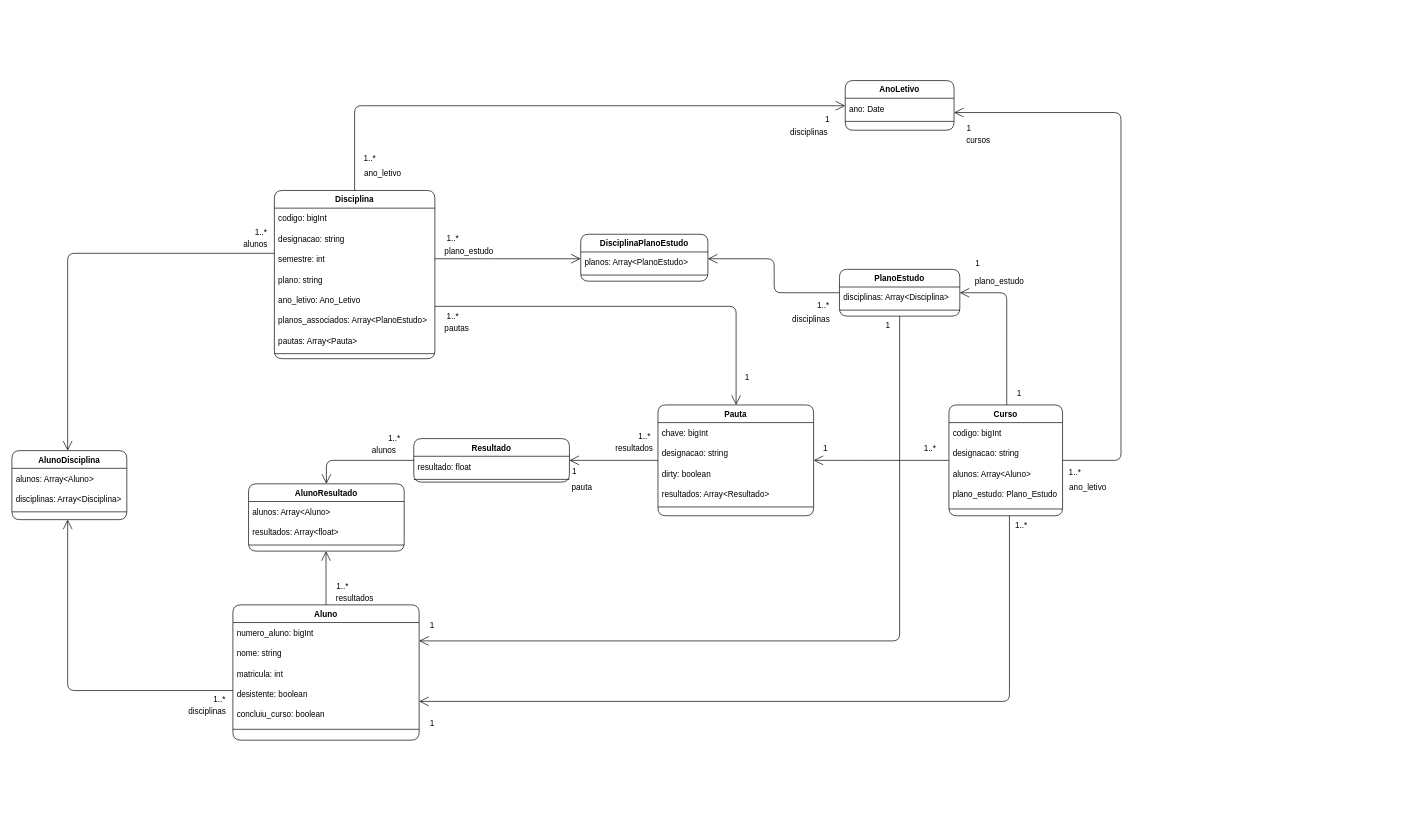
This is page "Domain" (1 of 2) of Docs/Diagrams.drawio from ruimpcastro/pweb2022, a draw.io file, before an edit. Source tidied: cells renumbered, new cells numbered last; positions are measured from the earlier drawing's top-left corner, leaving out a move shared by most shapes. Both pictures are drawn from the tidied source at 68%, with x=0, y=0 at pixel (12, 80).
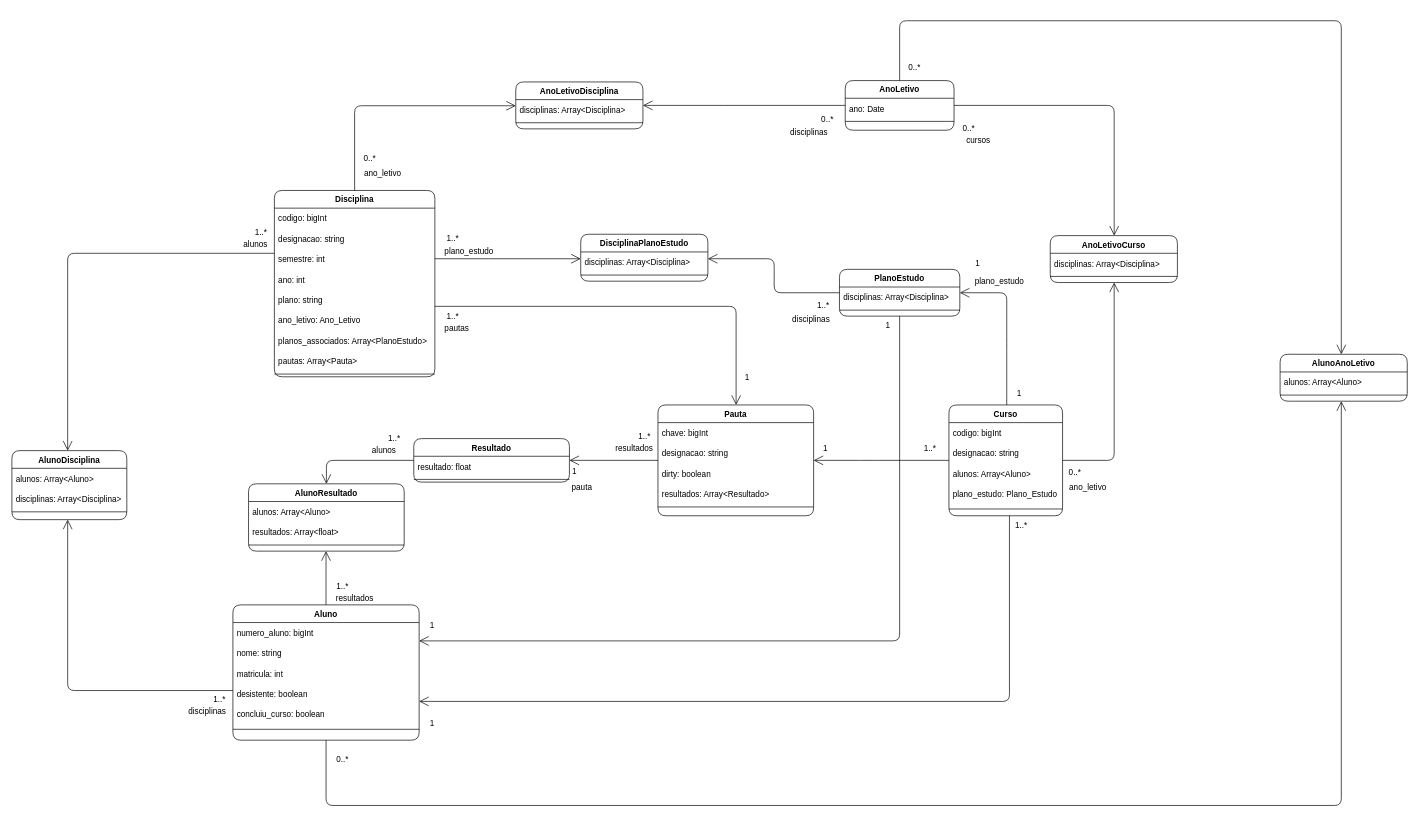
The same diagram, later.

Unchanged cells that the change refers to:
```xml
<mxCell id="2" value="Aluno" style="swimlane;fontStyle=1;align=center;verticalAlign=top;horizontal=1;startSize=26;shadow=0;strokeWidth=1;rounded=1;" parent="1" vertex="1">
  <mxGeometry x="325" y="771" width="273.9" height="199" as="geometry" />
</mxCell>
<mxCell id="18" value="Curso" style="swimlane;fontStyle=1;align=center;verticalAlign=top;horizontal=1;startSize=26;shadow=0;strokeWidth=1;rounded=1;" parent="1" vertex="1">
  <mxGeometry x="1378" y="477" width="167.1" height="163" as="geometry" />
</mxCell>
<mxCell id="52" value="AnoLetivo" style="swimlane;fontStyle=1;align=center;verticalAlign=top;horizontal=1;startSize=26;shadow=0;strokeWidth=1;rounded=1;" parent="1" vertex="1">
  <mxGeometry x="1225.5" width="160" height="73" as="geometry" />
</mxCell>
<mxCell id="65" value="DisciplinaPlanoEstudo" style="swimlane;fontStyle=1;align=center;verticalAlign=top;horizontal=1;startSize=26;shadow=0;strokeWidth=1;rounded=1;" parent="1" vertex="1">
  <mxGeometry x="836.5" y="226" width="187" height="69" as="geometry" />
</mxCell>
```

Change to the diagram source:
```diff
@@
     <mxCell id="9" value="Disciplina" style="swimlane;fontStyle=1;align=center;verticalAlign=top;horizontal=1;startSize=26;shadow=0;strokeWidth=1;rounded=1;" parent="1" vertex="1">
-      <mxGeometry x="386" y="161.6" width="236" height="247.4" as="geometry" />
+      <mxGeometry x="386" y="161.6" width="236" height="274" as="geometry" />
     </mxCell>
@@
+    <mxCell id="100" value="ano: int" style="text;strokeColor=none;fillColor=none;align=left;verticalAlign=middle;spacingLeft=4;spacingRight=4;overflow=hidden;rounded=1;" parent="9" vertex="1">
+      <mxGeometry y="116" width="236" height="30" as="geometry" />
+    </mxCell>
     <mxCell id="13" value="plano: string" style="text;strokeColor=none;fillColor=none;align=left;verticalAlign=middle;spacingLeft=4;spacingRight=4;overflow=hidden;rounded=1;" parent="9" vertex="1">
-      <mxGeometry y="116" width="236" height="30" as="geometry" />
+      <mxGeometry y="146" width="236" height="30" as="geometry" />
     </mxCell>
     <mxCell id="14" value="ano_letivo: Ano_Letivo" style="text;strokeColor=none;fillColor=none;align=left;verticalAlign=middle;spacingLeft=4;spacingRight=4;overflow=hidden;rounded=1;" parent="9" vertex="1">
-      <mxGeometry y="146" width="236" height="30" as="geometry" />
+      <mxGeometry y="176" width="236" height="30" as="geometry" />
     </mxCell>
     <mxCell id="15" value="planos_associados: Array&lt;PlanoEstudo&gt;" style="text;strokeColor=none;fillColor=none;align=left;verticalAlign=middle;spacingLeft=4;spacingRight=4;overflow=hidden;rounded=1;" parent="9" vertex="1">
-      <mxGeometry y="176" width="236" height="30" as="geometry" />
+      <mxGeometry y="206" width="236" height="30" as="geometry" />
     </mxCell>
     <mxCell id="16" value="pautas: Array&lt;Pauta&gt;" style="text;strokeColor=none;fillColor=none;align=left;verticalAlign=middle;spacingLeft=4;spacingRight=4;overflow=hidden;rounded=1;" parent="9" vertex="1">
-      <mxGeometry y="206" width="236" height="30" as="geometry" />
+      <mxGeometry y="236" width="236" height="30" as="geometry" />
     </mxCell>
     <mxCell id="17" style="line;html=1;strokeWidth=1;align=left;verticalAlign=middle;spacingTop=-1;spacingLeft=3;spacingRight=3;labelPosition=right;rounded=1;" parent="9" vertex="1">
-      <mxGeometry y="236" width="236" height="8" as="geometry" />
+      <mxGeometry y="266" width="236" height="8" as="geometry" />
     </mxCell>
@@
-    <mxCell id="55" style="endArrow=open;endFill=1;endSize=12;html=1;rounded=1;edgeStyle=orthogonalEdgeStyle;" parent="1" edge="1" source="9" target="52">
+    <mxCell id="55" style="endArrow=open;endFill=1;endSize=12;html=1;rounded=1;edgeStyle=orthogonalEdgeStyle;" parent="1" edge="1" source="9" target="104">
       <mxGeometry relative="1" as="geometry">
         <Array as="points">
           <mxPoint x="504" y="37" />
         </Array>
       </mxGeometry>
     </mxCell>
-    <mxCell id="56" value="1..*" style="text;html=1;align=center;verticalAlign=middle;strokeColor=none;fillColor=none;" parent="1" vertex="1">
+    <mxCell id="56" value="0..*" style="text;html=1;align=center;verticalAlign=middle;strokeColor=none;fillColor=none;" parent="1" vertex="1">
       <mxGeometry x="512" y="106" width="28" height="18" as="geometry" />
     </mxCell>
-    <mxCell id="57" value="1" style="text;html=1;align=center;verticalAlign=middle;strokeColor=none;fillColor=none;" parent="1" vertex="1">
-      <mxGeometry x="1190" y="49" width="17" height="18" as="geometry" />
+    <mxCell id="57" value="0..*" style="text;html=1;align=center;verticalAlign=middle;strokeColor=none;fillColor=none;" parent="1" vertex="1">
+      <mxGeometry x="1185" y="49" width="28" height="18" as="geometry" />
     </mxCell>
@@
-    <mxCell id="66" value="planos: Array&lt;PlanoEstudo&gt;" style="text;strokeColor=none;fillColor=none;align=left;verticalAlign=middle;spacingLeft=4;spacingRight=4;overflow=hidden;rounded=1;" parent="65" vertex="1">
+    <mxCell id="66" value="disciplinas: Array&lt;Disciplina&gt;" style="text;strokeColor=none;fillColor=none;align=left;verticalAlign=middle;spacingLeft=4;spacingRight=4;overflow=hidden;rounded=1;" parent="65" vertex="1">
       <mxGeometry y="26" width="187" height="30" as="geometry" />
     </mxCell>
@@
-    <mxCell id="93" style="endArrow=open;endFill=1;endSize=12;html=1;rounded=1;edgeStyle=orthogonalEdgeStyle;" parent="1" edge="1" source="18" target="52">
+    <mxCell id="93" style="endArrow=open;endFill=1;endSize=12;html=1;rounded=1;edgeStyle=orthogonalEdgeStyle;" parent="1" edge="1" source="18" target="110">
       <mxGeometry relative="1" as="geometry">
         <Array as="points">
-          <mxPoint x="1631" y="559" />
-          <mxPoint x="1631" y="47" />
+          <mxPoint x="1621" y="559" />
         </Array>
       </mxGeometry>
     </mxCell>
-    <mxCell id="94" value="1..*" style="text;html=1;align=center;verticalAlign=middle;strokeColor=none;fillColor=none;" parent="1" vertex="1">
+    <mxCell id="94" value="0..*" style="text;html=1;align=center;verticalAlign=middle;strokeColor=none;fillColor=none;" parent="1" vertex="1">
       <mxGeometry x="1549" y="568" width="28" height="18" as="geometry" />
     </mxCell>
@@
-    <mxCell id="96" value="1" style="text;html=1;align=center;verticalAlign=middle;strokeColor=none;fillColor=none;" parent="1" vertex="1">
-      <mxGeometry x="1398" y="61" width="17" height="18" as="geometry" />
+    <mxCell id="96" value="0..*" style="text;html=1;align=center;verticalAlign=middle;strokeColor=none;fillColor=none;" parent="1" vertex="1">
+      <mxGeometry x="1393" y="61" width="28" height="18" as="geometry" />
     </mxCell>
@@
+    <mxCell id="101" style="endArrow=open;endFill=1;endSize=12;html=1;rounded=1;edgeStyle=orthogonalEdgeStyle;" parent="1" edge="1" source="2" target="107">
+      <mxGeometry relative="1" as="geometry">
+        <Array as="points">
+          <mxPoint x="462" y="1066" />
+          <mxPoint x="1955" y="1066" />
+        </Array>
+      </mxGeometry>
+    </mxCell>
+    <mxCell id="102" value="0..*" style="text;html=1;align=center;verticalAlign=middle;strokeColor=none;fillColor=none;" parent="1" vertex="1">
+      <mxGeometry x="1313" y="-28" width="28" height="18" as="geometry" />
+    </mxCell>
+    <mxCell id="103" value="0..*" style="text;html=1;align=center;verticalAlign=middle;strokeColor=none;fillColor=none;" parent="1" vertex="1">
+      <mxGeometry x="471.5" y="989" width="28" height="18" as="geometry" />
+    </mxCell>
+    <mxCell id="104" value="AnoLetivoDisciplina" style="swimlane;fontStyle=1;align=center;verticalAlign=top;horizontal=1;startSize=26;shadow=0;strokeWidth=1;rounded=1;" parent="1" vertex="1">
+      <mxGeometry x="741" y="2" width="187" height="69" as="geometry" />
+    </mxCell>
+    <mxCell id="105" value="disciplinas: Array&lt;Disciplina&gt;" style="text;strokeColor=none;fillColor=none;align=left;verticalAlign=middle;spacingLeft=4;spacingRight=4;overflow=hidden;rounded=1;" parent="104" vertex="1">
+      <mxGeometry y="26" width="187" height="30" as="geometry" />
+    </mxCell>
+    <mxCell id="106" style="line;html=1;strokeWidth=1;align=left;verticalAlign=middle;spacingTop=-1;spacingLeft=3;spacingRight=3;labelPosition=right;rounded=1;" parent="104" vertex="1">
+      <mxGeometry y="56" width="187" height="8" as="geometry" />
+    </mxCell>
+    <mxCell id="107" value="AlunoAnoLetivo" style="swimlane;fontStyle=1;align=center;verticalAlign=top;horizontal=1;startSize=26;shadow=0;strokeWidth=1;rounded=1;" parent="1" vertex="1">
+      <mxGeometry x="1865" y="402.5" width="187" height="69" as="geometry" />
+    </mxCell>
+    <mxCell id="108" value="alunos: Array&lt;Aluno&gt;" style="text;strokeColor=none;fillColor=none;align=left;verticalAlign=middle;spacingLeft=4;spacingRight=4;overflow=hidden;rounded=1;" parent="107" vertex="1">
+      <mxGeometry y="26" width="187" height="30" as="geometry" />
+    </mxCell>
+    <mxCell id="109" style="line;html=1;strokeWidth=1;align=left;verticalAlign=middle;spacingTop=-1;spacingLeft=3;spacingRight=3;labelPosition=right;rounded=1;" parent="107" vertex="1">
+      <mxGeometry y="56" width="187" height="8" as="geometry" />
+    </mxCell>
+    <mxCell id="110" value="AnoLetivoCurso" style="swimlane;fontStyle=1;align=center;verticalAlign=top;horizontal=1;startSize=26;shadow=0;strokeWidth=1;rounded=1;" parent="1" vertex="1">
+      <mxGeometry x="1527" y="228" width="187" height="69" as="geometry" />
+    </mxCell>
+    <mxCell id="111" value="disciplinas: Array&lt;Disciplina&gt;" style="text;strokeColor=none;fillColor=none;align=left;verticalAlign=middle;spacingLeft=4;spacingRight=4;overflow=hidden;rounded=1;" parent="110" vertex="1">
+      <mxGeometry y="26" width="187" height="30" as="geometry" />
+    </mxCell>
+    <mxCell id="112" style="line;html=1;strokeWidth=1;align=left;verticalAlign=middle;spacingTop=-1;spacingLeft=3;spacingRight=3;labelPosition=right;rounded=1;" parent="110" vertex="1">
+      <mxGeometry y="56" width="187" height="8" as="geometry" />
+    </mxCell>
+    <mxCell id="113" style="endArrow=open;endFill=1;endSize=12;html=1;edgeStyle=orthogonalEdgeStyle;" parent="1" edge="1" source="52" target="110">
+      <mxGeometry relative="1" as="geometry">
+        <Array as="points">
+          <mxPoint x="1621" y="37" />
+        </Array>
+      </mxGeometry>
+    </mxCell>
+    <mxCell id="114" style="endArrow=open;endFill=1;endSize=12;html=1;rounded=1;edgeStyle=orthogonalEdgeStyle;" parent="1" edge="1" source="52" target="104">
+      <mxGeometry relative="1" as="geometry">
+        <Array as="points">
+          <mxPoint x="1038" y="37" />
+          <mxPoint x="1038" y="37" />
+        </Array>
+      </mxGeometry>
+    </mxCell>
+    <mxCell id="115" style="endArrow=open;endFill=1;endSize=12;html=1;rounded=1;edgeStyle=orthogonalEdgeStyle;" parent="1" edge="1" source="52" target="107">
+      <mxGeometry relative="1" as="geometry">
+        <Array as="points">
+          <mxPoint x="1306" y="-88" />
+          <mxPoint x="1955" y="-88" />
+        </Array>
+      </mxGeometry>
+    </mxCell>
```
